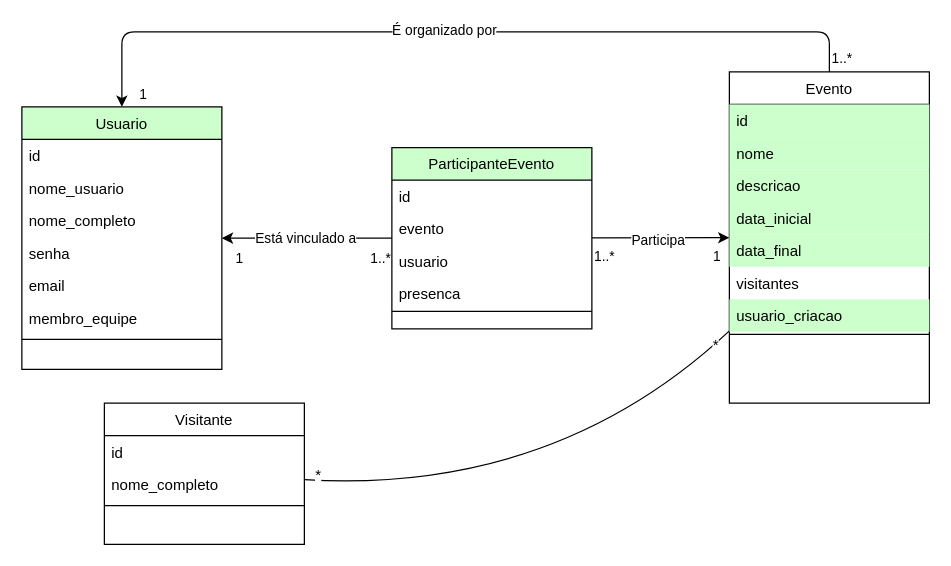
This is artefatos/diagrama_classe.drawio from EricSantosdm/Sistema-de-Registro-de-Presenca-SRP, a draw.io file, before an edit. Source tidied: cells renumbered, new cells numbered last; positions are measured from the earlier drawing's top-left corner, leaving out a move shared by most shapes. Both pictures are drawn from the tidied source at 125%, with x=0, y=0 at pixel (21, 31).
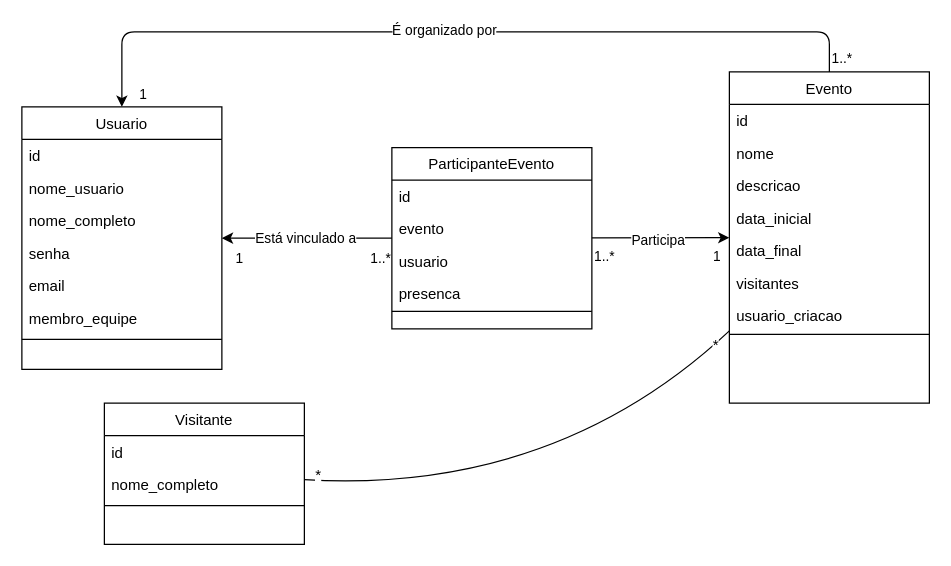
The same page after the edit.

Commit message:
chore: Tirando as cores do diagrama

The change refers to these unchanged cells:
```xml
<mxCell id="9" value="Evento" style="swimlane;fontStyle=0;align=center;verticalAlign=top;horizontal=1;startSize=26;rounded=0;shadow=0;strokeWidth=1;" parent="1" vertex="1">
  <mxGeometry x="566" y="32" width="160" height="265" as="geometry" />
</mxCell>
```

Diff of the diagram source:
```diff
@@
-    <mxCell id="10" value="id" style="text;align=left;verticalAlign=top;spacingLeft=4;spacingRight=4;overflow=hidden;fillColor=#CCFFCC;" parent="9" vertex="1">
+    <mxCell id="10" value="id" style="text;align=left;verticalAlign=top;spacingLeft=4;spacingRight=4;overflow=hidden;fillColor=none;" parent="9" vertex="1">
       <mxGeometry y="26" width="160" height="26" as="geometry" />
     </mxCell>
-    <mxCell id="11" value="nome" style="text;align=left;verticalAlign=top;spacingLeft=4;spacingRight=4;overflow=hidden;rounded=0;shadow=0;html=0;fillColor=#CCFFCC;" parent="9" vertex="1">
+    <mxCell id="11" value="nome" style="text;align=left;verticalAlign=top;spacingLeft=4;spacingRight=4;overflow=hidden;rounded=0;shadow=0;html=0;fillColor=none;" parent="9" vertex="1">
       <mxGeometry y="52" width="160" height="26" as="geometry" />
     </mxCell>
-    <mxCell id="12" value="descricao" style="text;align=left;verticalAlign=top;spacingLeft=4;spacingRight=4;overflow=hidden;rounded=0;shadow=0;html=0;fillColor=#CCFFCC;" parent="9" vertex="1">
+    <mxCell id="12" value="descricao" style="text;align=left;verticalAlign=top;spacingLeft=4;spacingRight=4;overflow=hidden;rounded=0;shadow=0;html=0;fillColor=none;" parent="9" vertex="1">
       <mxGeometry y="78" width="160" height="26" as="geometry" />
     </mxCell>
-    <mxCell id="13" value="data_inicial" style="text;align=left;verticalAlign=top;spacingLeft=4;spacingRight=4;overflow=hidden;rounded=0;shadow=0;html=0;fillColor=#CCFFCC;" parent="9" vertex="1">
+    <mxCell id="13" value="data_inicial" style="text;align=left;verticalAlign=top;spacingLeft=4;spacingRight=4;overflow=hidden;rounded=0;shadow=0;html=0;fillColor=none;" parent="9" vertex="1">
       <mxGeometry y="104" width="160" height="26" as="geometry" />
     </mxCell>
-    <mxCell id="14" value="data_final" style="text;align=left;verticalAlign=top;spacingLeft=4;spacingRight=4;overflow=hidden;rounded=0;shadow=0;html=0;fillColor=#CCFFCC;" parent="9" vertex="1">
+    <mxCell id="14" value="data_final" style="text;align=left;verticalAlign=top;spacingLeft=4;spacingRight=4;overflow=hidden;rounded=0;shadow=0;html=0;fillColor=none;" parent="9" vertex="1">
       <mxGeometry y="130" width="160" height="26" as="geometry" />
     </mxCell>
@@
-    <mxCell id="16" value="usuario_criacao" style="text;align=left;verticalAlign=top;spacingLeft=4;spacingRight=4;overflow=hidden;rounded=0;shadow=0;html=0;fillColor=#CCFFCC;" parent="9" vertex="1">
+    <mxCell id="16" value="usuario_criacao" style="text;align=left;verticalAlign=top;spacingLeft=4;spacingRight=4;overflow=hidden;rounded=0;shadow=0;html=0;fillColor=none;" parent="9" vertex="1">
       <mxGeometry y="182" width="160" height="26" as="geometry" />
     </mxCell>
@@
-    <mxCell id="18" value="Usuario" style="swimlane;fontStyle=0;align=center;verticalAlign=top;horizontal=1;startSize=26;rounded=0;shadow=0;strokeWidth=1;fillColor=#CCFFCC;" parent="1" vertex="1">
+    <mxCell id="18" value="Usuario" style="swimlane;fontStyle=0;align=center;verticalAlign=top;horizontal=1;startSize=26;rounded=0;shadow=0;strokeWidth=1;fillColor=none;" parent="1" vertex="1">
       <mxGeometry y="60" width="160" height="210" as="geometry" />
     </mxCell>
@@
-    <mxCell id="38" value="ParticipanteEvento" style="swimlane;fontStyle=0;align=center;verticalAlign=top;horizontal=1;startSize=26;rounded=0;shadow=0;strokeWidth=1;fillColor=#CCFFCC;" parent="1" vertex="1">
+    <mxCell id="38" value="ParticipanteEvento" style="swimlane;fontStyle=0;align=center;verticalAlign=top;horizontal=1;startSize=26;rounded=0;shadow=0;strokeWidth=1;fillColor=none;" parent="1" vertex="1">
       <mxGeometry x="296" y="92.5" width="160" height="145" as="geometry" />
     </mxCell>
```
